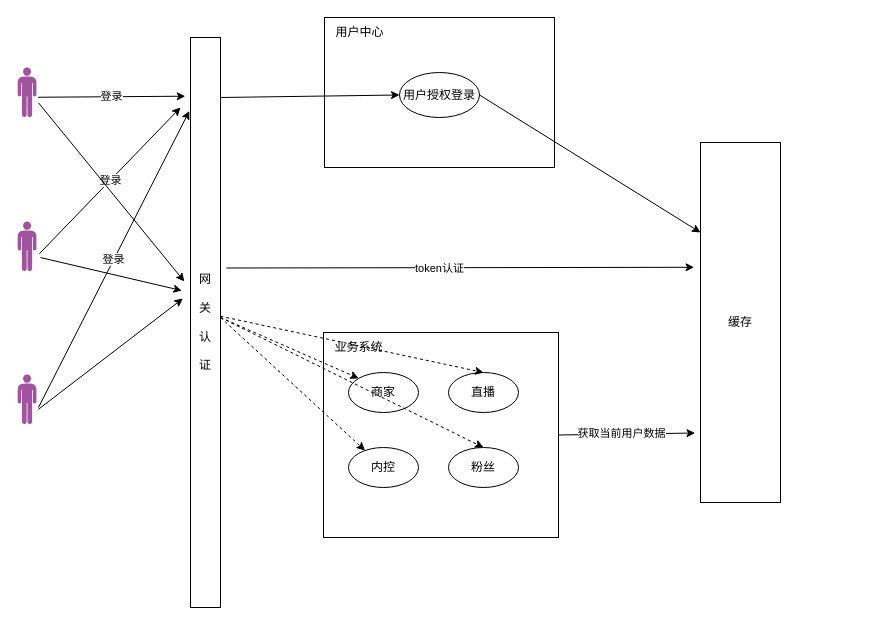
Before: 认证用例图.drawio in cn-yiran/design-doc, a draw.io diagram. Source tidied: cells renumbered, new cells numbered last; positions are measured from the earlier drawing's top-left corner, leaving out a move shared by most shapes. Both pictures are drawn from the tidied source at 100%, with x=0, y=0 at pixel (17, 17).
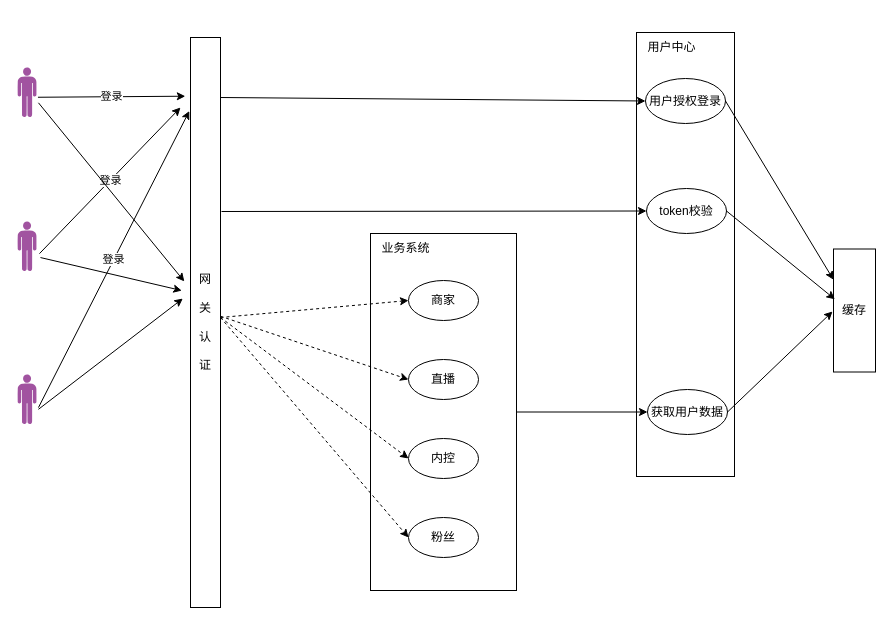
The same diagram, later.

Commit message (it also covers changes not shown here):
更新认证用例图.drawio

Unchanged cells that the change refers to:
```xml
<mxCell id="6" value="网&lt;br&gt;&lt;br&gt;关&lt;br&gt;&lt;br&gt;认&lt;br&gt;&lt;br&gt;证" style="rounded=0;whiteSpace=wrap;html=1;" parent="1" vertex="1">
  <mxGeometry x="173" y="20" width="30" height="570" as="geometry" />
</mxCell>
```

Diff of the diagram source:
```diff
@@
     <mxCell id="2" style="rounded=0;whiteSpace=wrap;html=1;" parent="1" vertex="1">
-      <mxGeometry x="307" width="230" height="150" as="geometry" />
+      <mxGeometry x="619" y="15" width="98" height="444" as="geometry" />
     </mxCell>
@@
     <mxCell id="8" value="缓存" style="rounded=0;whiteSpace=wrap;html=1;" parent="1" vertex="1">
-      <mxGeometry x="683" y="125" width="80" height="360" as="geometry" />
+      <mxGeometry x="816" y="231.5" width="42" height="123" as="geometry" />
     </mxCell>
@@
     <mxCell id="12" value="用户授权登录" style="ellipse;whiteSpace=wrap;html=1;" parent="1" vertex="1">
-      <mxGeometry x="382" y="55" width="80" height="45" as="geometry" />
+      <mxGeometry x="628" y="61" width="80" height="45" as="geometry" />
     </mxCell>
     <mxCell id="13" value="用户中心" style="text;html=1;align=center;verticalAlign=middle;strokeColor=none;fillColor=none;" parent="1" vertex="1">
-      <mxGeometry x="307" width="70" height="30" as="geometry" />
+      <mxGeometry x="619" y="15" width="70" height="30" as="geometry" />
     </mxCell>
@@
-    <mxCell id="18" style="endArrow=classic;html=1;rounded=0;exitX=1.197;exitY=0.457;exitDx=0;exitDy=0;exitPerimeter=0;entryX=-0.08;entryY=0.43;entryDx=0;entryDy=0;entryPerimeter=0;" parent="1" edge="1">
-      <mxGeometry relative="1" as="geometry">
-        <mxPoint x="208.9" y="250.5" as="sourcePoint" />
-        <mxPoint x="676.6" y="249.8" as="targetPoint" />
-      </mxGeometry>
-    </mxCell>
-    <mxCell id="19" value="token认证" style="edgeLabel;html=1;align=center;verticalAlign=middle;" parent="18" vertex="1">
-      <mxGeometry x="-0.09" relative="1" as="geometry" />
-    </mxCell>
     <mxCell id="20" style="rounded=0;whiteSpace=wrap;html=1;" parent="1" vertex="1">
-      <mxGeometry x="306" y="315" width="235" height="205" as="geometry" />
+      <mxGeometry x="353" y="216" width="146" height="357" as="geometry" />
     </mxCell>
     <mxCell id="21" value="业务系统" style="text;html=1;align=center;verticalAlign=middle;strokeColor=none;fillColor=none;" parent="1" vertex="1">
-      <mxGeometry x="306" y="315" width="70" height="30" as="geometry" />
+      <mxGeometry x="353" y="216" width="70" height="30" as="geometry" />
     </mxCell>
-    <mxCell id="22" style="endArrow=classic;html=1;rounded=0;entryX=0;entryY=0;entryDx=0;entryDy=0;dashed=1;" parent="1" edge="1" target="23">
+    <mxCell id="22" style="endArrow=classic;html=1;rounded=0;entryX=0;entryY=0.5;entryDx=0;entryDy=0;dashed=1;" parent="1" edge="1" target="23">
       <mxGeometry relative="1" as="geometry">
         <mxPoint x="203" y="300" as="sourcePoint" />
       </mxGeometry>
     </mxCell>
-    <mxCell id="23" value="商家" style="ellipse;whiteSpace=wrap;html=1;" parent="1" vertex="1">
-      <mxGeometry x="331" y="355" width="70" height="40" as="geometry" />
-    </mxCell>
-    <mxCell id="24" value="直播" style="ellipse;whiteSpace=wrap;html=1;" parent="1" vertex="1">
-      <mxGeometry x="431" y="355" width="70" height="40" as="geometry" />
-    </mxCell>
     <mxCell id="25" value="内控" style="ellipse;whiteSpace=wrap;html=1;" parent="1" vertex="1">
-      <mxGeometry x="331" y="430" width="70" height="40" as="geometry" />
+      <mxGeometry x="391" y="421" width="70" height="40" as="geometry" />
     </mxCell>
     <mxCell id="26" value="粉丝" style="ellipse;whiteSpace=wrap;html=1;" parent="1" vertex="1">
-      <mxGeometry x="431" y="430" width="70" height="40" as="geometry" />
+      <mxGeometry x="391" y="500" width="70" height="40" as="geometry" />
     </mxCell>
-    <mxCell id="27" style="endArrow=classic;html=1;rounded=0;entryX=0.5;entryY=0;entryDx=0;entryDy=0;exitX=0.997;exitY=0.489;exitDx=0;exitDy=0;exitPerimeter=0;dashed=1;" parent="1" edge="1" source="6" target="24">
+    <mxCell id="27" style="endArrow=classic;html=1;rounded=0;entryX=0;entryY=0.5;entryDx=0;entryDy=0;exitX=0.997;exitY=0.489;exitDx=0;exitDy=0;exitPerimeter=0;dashed=1;" parent="1" edge="1" source="6" target="24">
       <mxGeometry relative="1" as="geometry" />
     </mxCell>
-    <mxCell id="28" style="endArrow=classic;html=1;rounded=0;dashed=1;" parent="1" edge="1" target="25">
+    <mxCell id="28" style="endArrow=classic;html=1;rounded=0;dashed=1;entryX=0;entryY=0.5;entryDx=0;entryDy=0;" parent="1" edge="1" target="25">
       <mxGeometry relative="1" as="geometry">
         <mxPoint x="203" y="300" as="sourcePoint" />
       </mxGeometry>
     </mxCell>
-    <mxCell id="29" style="endArrow=classic;html=1;rounded=0;entryX=0.5;entryY=0;entryDx=0;entryDy=0;dashed=1;" parent="1" edge="1" target="26">
+    <mxCell id="29" style="endArrow=classic;html=1;rounded=0;entryX=0;entryY=0.5;entryDx=0;entryDy=0;dashed=1;" parent="1" edge="1" target="26">
       <mxGeometry relative="1" as="geometry">
         <mxPoint x="203" y="300" as="sourcePoint" />
       </mxGeometry>
     </mxCell>
-    <mxCell id="30" style="endArrow=classic;html=1;rounded=0;entryX=-0.068;entryY=0.807;entryDx=0;entryDy=0;entryPerimeter=0;exitX=1;exitY=0.5;exitDx=0;exitDy=0;" parent="1" edge="1" source="20" target="8">
-      <mxGeometry relative="1" as="geometry" />
-    </mxCell>
-    <mxCell id="31" value="获取当前用户数据" style="edgeLabel;html=1;align=center;verticalAlign=middle;" parent="30" vertex="1">
-      <mxGeometry x="-0.21" y="-1" relative="1" as="geometry">
-        <mxPoint x="8" y="-2" as="offset" />
-      </mxGeometry>
-    </mxCell>
+    <mxCell id="23" value="商家" style="ellipse;whiteSpace=wrap;html=1;" parent="1" vertex="1">
+      <mxGeometry x="391" y="263" width="70" height="40" as="geometry" />
+    </mxCell>
+    <mxCell id="24" value="直播" style="ellipse;whiteSpace=wrap;html=1;" parent="1" vertex="1">
+      <mxGeometry x="391" y="342" width="70" height="40" as="geometry" />
+    </mxCell>
+    <mxCell id="32" style="endArrow=classic;html=1;rounded=0;exitX=1;exitY=0.5;exitDx=0;exitDy=0;entryX=0;entryY=0.5;entryDx=0;entryDy=0;" parent="1" edge="1" source="20" target="33">
+      <mxGeometry relative="1" as="geometry" />
+    </mxCell>
+    <mxCell id="33" value="获取用户数据" style="ellipse;whiteSpace=wrap;html=1;" parent="1" vertex="1">
+      <mxGeometry x="630" y="372" width="80" height="45" as="geometry" />
+    </mxCell>
+    <mxCell id="34" value="token校验" style="ellipse;whiteSpace=wrap;html=1;" parent="1" vertex="1">
+      <mxGeometry x="629" y="171" width="80" height="45" as="geometry" />
+    </mxCell>
+    <mxCell id="35" style="endArrow=classic;html=1;rounded=0;entryX=0;entryY=0.5;entryDx=0;entryDy=0;" parent="1" edge="1" target="34">
+      <mxGeometry relative="1" as="geometry">
+        <mxPoint x="204" y="194" as="sourcePoint" />
+      </mxGeometry>
+    </mxCell>
+    <mxCell id="36" style="endArrow=classic;html=1;rounded=0;entryX=0.034;entryY=0.409;entryDx=0;entryDy=0;exitX=1;exitY=0.5;exitDx=0;exitDy=0;entryPerimeter=0;" parent="1" edge="1" source="34" target="8">
+      <mxGeometry relative="1" as="geometry" />
+    </mxCell>
+    <mxCell id="37" style="endArrow=classic;html=1;rounded=0;exitX=1;exitY=0.5;exitDx=0;exitDy=0;" parent="1" edge="1" source="33">
+      <mxGeometry relative="1" as="geometry">
+        <mxPoint x="815" y="294" as="targetPoint" />
+      </mxGeometry>
+    </mxCell>
```
